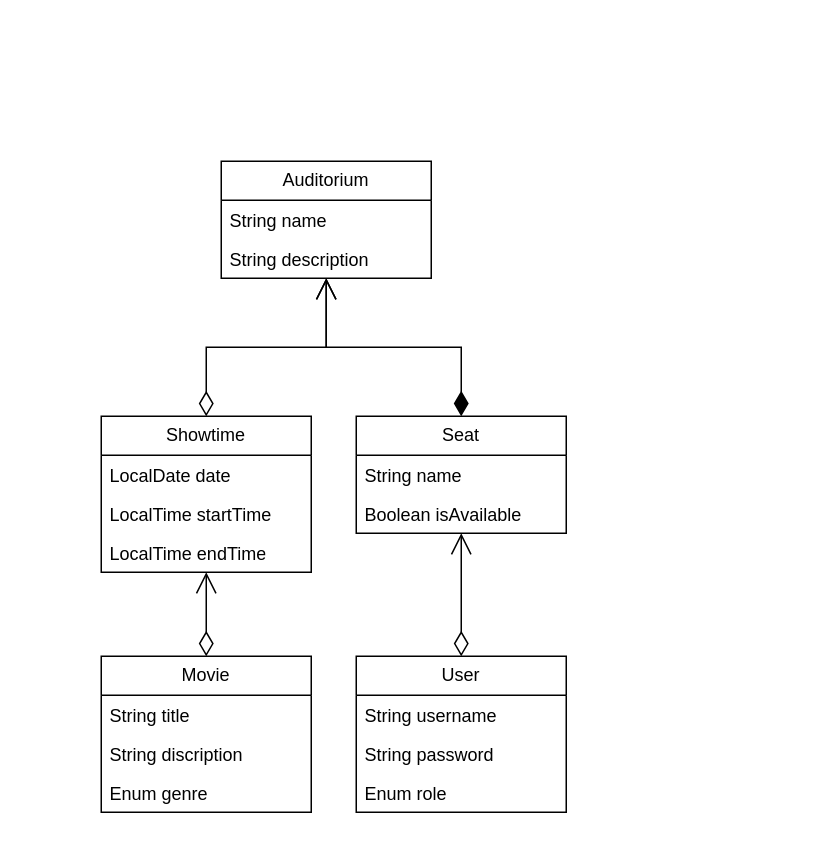
The draw.io diagram diagrams/domain-diagram.drawio in MykhailoTiutiun/movie-reservation-system, before the edit. Source tidied: cells renumbered, new cells numbered last; positions are measured from the earlier drawing's top-left corner, leaving out a move shared by most shapes. Both pictures are drawn from the tidied source at 150%, with x=0, y=0 at pixel (100, 160).
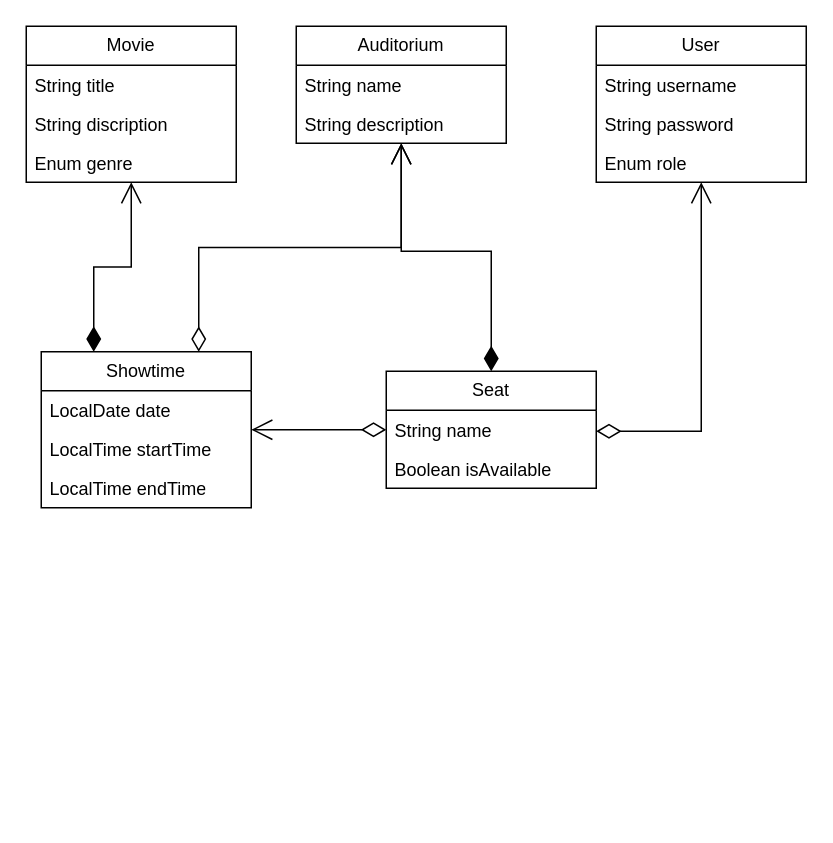
After the change.

Diff of the diagram source:
```diff
@@
     <mxCell id="2" value="User" style="swimlane;fontStyle=0;horizontal=1;startSize=26;fillColor=none;whiteSpace=wrap;html=1;" parent="1" vertex="1">
-      <mxGeometry x="170" y="330" width="140" height="104" as="geometry" />
+      <mxGeometry x="330" y="-90" width="140" height="104" as="geometry" />
     </mxCell>
@@
     <mxCell id="6" value="Movie" style="swimlane;fontStyle=0;horizontal=1;startSize=26;fillColor=none;whiteSpace=wrap;html=1;" parent="1" vertex="1">
-      <mxGeometry y="330" width="140" height="104" as="geometry" />
+      <mxGeometry x="-50" y="-90" width="140" height="104" as="geometry" />
     </mxCell>
@@
     <mxCell id="10" value="Auditorium" style="swimlane;fontStyle=0;horizontal=1;startSize=26;fillColor=none;whiteSpace=wrap;html=1;" parent="1" vertex="1">
-      <mxGeometry x="80" width="140" height="78" as="geometry" />
+      <mxGeometry x="130" y="-90" width="140" height="78" as="geometry" />
     </mxCell>
@@
     <mxCell id="13" value="Seat" style="swimlane;fontStyle=0;horizontal=1;startSize=26;fillColor=none;whiteSpace=wrap;html=1;" parent="1" vertex="1">
-      <mxGeometry x="170" y="170" width="140" height="78" as="geometry" />
+      <mxGeometry x="190" y="140" width="140" height="78" as="geometry" />
     </mxCell>
@@
-    <mxCell id="16" style="endArrow=open;html=1;endSize=12;startArrow=diamondThin;startSize=14;startFill=0;edgeStyle=orthogonalEdgeStyle;rounded=0;" parent="1" edge="1" source="2" target="13">
-      <mxGeometry relative="1" as="geometry" />
+    <mxCell id="16" style="endArrow=open;html=1;endSize=12;startArrow=diamondThin;startSize=14;startFill=0;edgeStyle=orthogonalEdgeStyle;rounded=0;" parent="1" edge="1" source="13" target="2">
+      <mxGeometry relative="1" as="geometry">
+        <Array as="points">
+          <mxPoint x="400" y="180" />
+        </Array>
+      </mxGeometry>
     </mxCell>
     <mxCell id="17" style="endArrow=open;html=1;endSize=12;startArrow=diamondThin;startSize=14;startFill=1;edgeStyle=orthogonalEdgeStyle;align=left;verticalAlign=bottom;rounded=0;exitX=0.5;exitY=0;exitDx=0;exitDy=0;" parent="1" edge="1" source="13" target="10">
-      <mxGeometry x="-0.74" y="-20" relative="1" as="geometry" />
+      <mxGeometry x="-0.74" y="-20" relative="1" as="geometry">
+        <Array as="points">
+          <mxPoint x="260" y="60" />
+          <mxPoint x="200" y="60" />
+        </Array>
+      </mxGeometry>
     </mxCell>
     <mxCell id="18" value="Showtime" style="swimlane;fontStyle=0;horizontal=1;startSize=26;fillColor=none;whiteSpace=wrap;html=1;" parent="1" vertex="1">
-      <mxGeometry y="170" width="140" height="104" as="geometry" />
+      <mxGeometry x="-40" y="127" width="140" height="104" as="geometry" />
     </mxCell>
@@
-    <mxCell id="22" style="endArrow=open;html=1;endSize=12;startArrow=diamondThin;startSize=14;startFill=0;edgeStyle=orthogonalEdgeStyle;rounded=0;exitX=0.5;exitY=0;exitDx=0;exitDy=0;" parent="1" edge="1" source="18" target="10">
+    <mxCell id="22" style="endArrow=open;html=1;endSize=12;startArrow=diamondThin;startSize=14;startFill=0;edgeStyle=orthogonalEdgeStyle;rounded=0;exitX=0.75;exitY=0;exitDx=0;exitDy=0;" parent="1" edge="1" source="18" target="10">
       <mxGeometry relative="1" as="geometry" />
     </mxCell>
-    <mxCell id="23" style="endArrow=open;html=1;endSize=12;startArrow=diamondThin;startSize=14;startFill=0;edgeStyle=orthogonalEdgeStyle;rounded=0;" parent="1" edge="1" source="6" target="18">
-      <mxGeometry relative="1" as="geometry" />
-    </mxCell>
+    <mxCell id="24" style="endArrow=open;html=1;endSize=12;startArrow=diamondThin;startSize=14;startFill=0;edgeStyle=orthogonalEdgeStyle;rounded=0;" parent="1" edge="1" source="13" target="18">
+      <mxGeometry relative="1" as="geometry" />
+    </mxCell>
+    <mxCell id="25" style="endArrow=open;html=1;endSize=12;startArrow=diamondThin;startSize=14;startFill=1;edgeStyle=orthogonalEdgeStyle;align=left;verticalAlign=bottom;rounded=0;exitX=0.25;exitY=0;exitDx=0;exitDy=0;" parent="1" edge="1" source="18" target="6">
+      <mxGeometry x="-1" y="3" relative="1" as="geometry" />
+    </mxCell>
```
